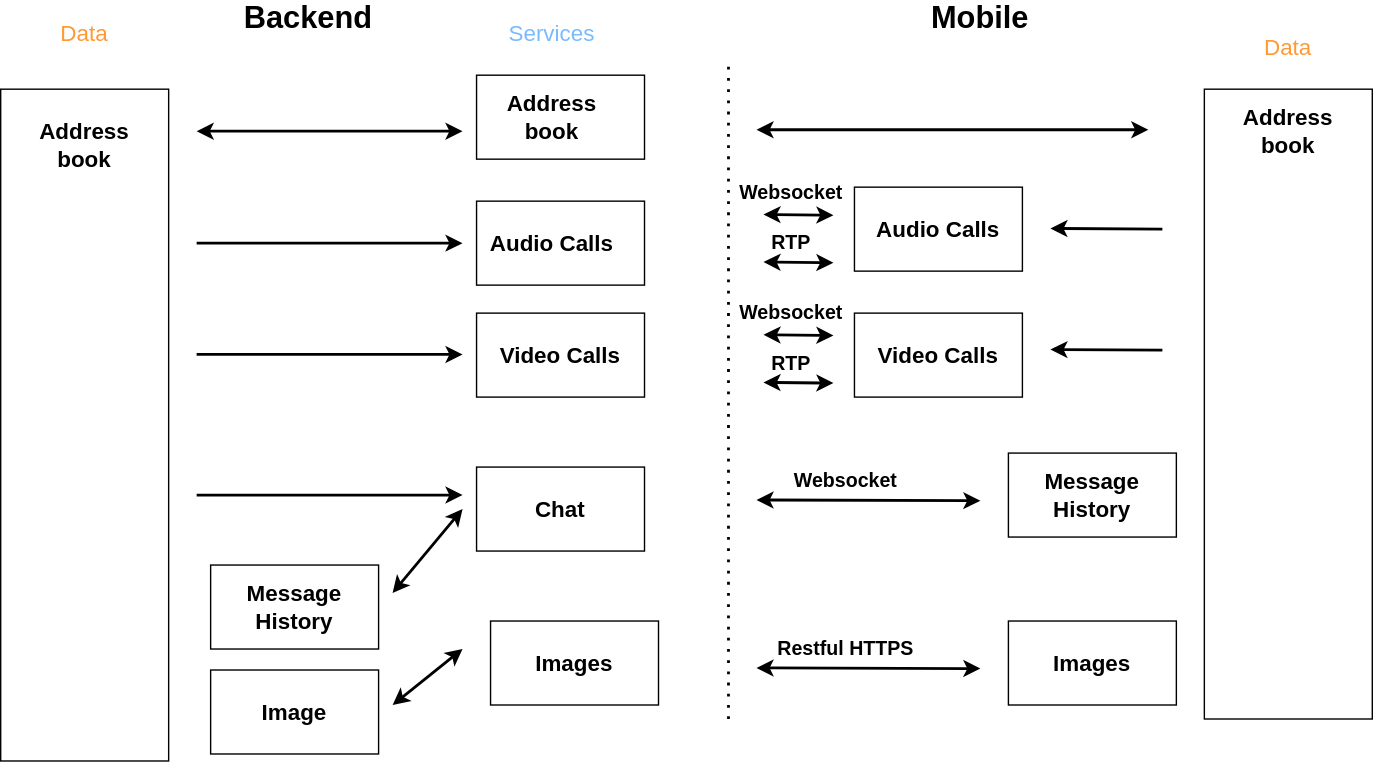
Before: systemDesign/graphs/HighLevelSystemDesign.drawio.svg, a diagram exported from draw.io (fangzhzh/leetcode). Source tidied: cells renumbered, new cells last; positions are measured from the earlier drawing's top-left corner, leaving out a move shared by most shapes. Its diagram source:
```xml
<mxGraphModel>
  <root>
    <mxCell id="0" />
    <mxCell id="1" parent="0" />
    <mxCell id="2" style="rounded=0;whiteSpace=wrap;html=1;" parent="1" vertex="1">
      <mxGeometry y="60" width="120" height="480" as="geometry" />
    </mxCell>
    <mxCell id="3" value="Backend" style="text;html=1;strokeColor=none;fillColor=none;align=center;verticalAlign=middle;whiteSpace=wrap;rounded=0;fontSize=22;fontStyle=1;" parent="1" vertex="1">
      <mxGeometry x="200" width="40" height="20" as="geometry" />
    </mxCell>
    <mxCell id="4" style="rounded=0;whiteSpace=wrap;html=1;" parent="1" vertex="1">
      <mxGeometry x="150" y="400" width="120" height="60" as="geometry" />
    </mxCell>
    <mxCell id="5" style="rounded=0;whiteSpace=wrap;html=1;" parent="1" vertex="1">
      <mxGeometry x="150" y="475" width="120" height="60" as="geometry" />
    </mxCell>
    <mxCell id="6" style="endArrow=none;dashed=1;html=1;dashPattern=1 3;strokeWidth=2;" parent="1" edge="1">
      <mxGeometry relative="1" as="geometry">
        <mxPoint x="520" y="510" as="sourcePoint" />
        <mxPoint x="520" y="40" as="targetPoint" />
      </mxGeometry>
    </mxCell>
    <mxCell id="7" style="rounded=0;whiteSpace=wrap;html=1;" parent="1" vertex="1">
      <mxGeometry x="860" y="60" width="120" height="450" as="geometry" />
    </mxCell>
    <mxCell id="8" value="Data" style="text;html=1;strokeColor=none;fillColor=none;align=center;verticalAlign=middle;whiteSpace=wrap;rounded=0;fontSize=16;fontColor=#FF9933;" parent="1" vertex="1">
      <mxGeometry x="900" y="20" width="40" height="20" as="geometry" />
    </mxCell>
    <mxCell id="9" value="Address book" style="text;html=1;strokeColor=none;fillColor=none;align=center;verticalAlign=middle;whiteSpace=wrap;rounded=0;fontSize=16;fontStyle=1;" parent="1" vertex="1">
      <mxGeometry x="900" y="80" width="40" height="20" as="geometry" />
    </mxCell>
    <mxCell id="10" value="Services" style="text;html=1;strokeColor=none;fillColor=none;align=center;verticalAlign=middle;whiteSpace=wrap;rounded=0;fontSize=16;fontColor=#78BBFF;" parent="1" vertex="1">
      <mxGeometry x="374" y="10" width="40" height="20" as="geometry" />
    </mxCell>
    <mxCell id="11" value="Data" style="text;html=1;strokeColor=none;fillColor=none;align=center;verticalAlign=middle;whiteSpace=wrap;rounded=0;fontSize=16;fontColor=#FF9933;" parent="1" vertex="1">
      <mxGeometry x="40" y="10" width="40" height="20" as="geometry" />
    </mxCell>
    <mxCell id="12" value="Mobile" style="text;html=1;strokeColor=none;fillColor=none;align=center;verticalAlign=middle;whiteSpace=wrap;rounded=0;fontSize=22;fontStyle=1;" parent="1" vertex="1">
      <mxGeometry x="680" width="40" height="20" as="geometry" />
    </mxCell>
    <mxCell id="13" value="Address&lt;br&gt;book" style="text;html=1;strokeColor=none;fillColor=none;align=center;verticalAlign=middle;whiteSpace=wrap;rounded=0;fontSize=16;fontStyle=1;" parent="1" vertex="1">
      <mxGeometry x="10" y="90" width="100" height="20" as="geometry" />
    </mxCell>
    <mxCell id="14" value="Message&lt;br&gt;History" style="text;html=1;strokeColor=none;fillColor=none;align=center;verticalAlign=middle;whiteSpace=wrap;rounded=0;fontSize=16;fontStyle=1;" parent="1" vertex="1">
      <mxGeometry x="160" y="420" width="100" height="20" as="geometry" />
    </mxCell>
    <mxCell id="15" value="Image" style="text;html=1;strokeColor=none;fillColor=none;align=center;verticalAlign=middle;whiteSpace=wrap;rounded=0;fontSize=16;fontStyle=1;" parent="1" vertex="1">
      <mxGeometry x="160" y="495" width="100" height="20" as="geometry" />
    </mxCell>
    <mxCell id="16" style="endArrow=classic;startArrow=classic;html=1;fontSize=22;fontColor=#78BBFF;strokeWidth=2;" parent="1" edge="1">
      <mxGeometry relative="1" as="geometry">
        <mxPoint x="140" y="90" as="sourcePoint" />
        <mxPoint x="330" y="90" as="targetPoint" />
      </mxGeometry>
    </mxCell>
    <mxCell id="17" style="endArrow=classic;startArrow=classic;html=1;fontSize=22;fontColor=#78BBFF;strokeWidth=2;" parent="1" edge="1">
      <mxGeometry relative="1" as="geometry">
        <mxPoint x="280" y="500" as="sourcePoint" />
        <mxPoint x="330" y="460" as="targetPoint" />
      </mxGeometry>
    </mxCell>
    <mxCell id="18" style="endArrow=classic;startArrow=classic;html=1;fontSize=22;fontColor=#78BBFF;strokeWidth=2;" parent="1" edge="1">
      <mxGeometry relative="1" as="geometry">
        <mxPoint x="280" y="420" as="sourcePoint" />
        <mxPoint x="330" y="360" as="targetPoint" />
      </mxGeometry>
    </mxCell>
    <mxCell id="19" style="group;" parent="1" vertex="1">
      <mxGeometry x="350" y="440" width="120" height="60" as="geometry" />
    </mxCell>
    <mxCell id="20" style="rounded=0;whiteSpace=wrap;html=1;" parent="19" vertex="1">
      <mxGeometry width="120" height="60" as="geometry" />
    </mxCell>
    <mxCell id="21" value="Images" style="text;html=1;strokeColor=none;fillColor=none;align=center;verticalAlign=middle;whiteSpace=wrap;rounded=0;fontSize=16;fontStyle=1;" parent="19" vertex="1">
      <mxGeometry x="10" y="20" width="100" height="20" as="geometry" />
    </mxCell>
    <mxCell id="22" style="endArrow=classic;html=1;fontSize=22;fontColor=#78BBFF;strokeWidth=2;" parent="1" edge="1">
      <mxGeometry relative="1" as="geometry">
        <mxPoint x="140" y="170" as="sourcePoint" />
        <mxPoint x="330" y="170" as="targetPoint" />
      </mxGeometry>
    </mxCell>
    <mxCell id="23" style="endArrow=classic;html=1;fontSize=22;fontColor=#78BBFF;strokeWidth=2;" parent="1" edge="1">
      <mxGeometry relative="1" as="geometry">
        <mxPoint x="140" y="249.5" as="sourcePoint" />
        <mxPoint x="330" y="249.5" as="targetPoint" />
      </mxGeometry>
    </mxCell>
    <mxCell id="24" style="endArrow=classic;html=1;fontSize=22;fontColor=#78BBFF;strokeWidth=2;" parent="1" edge="1">
      <mxGeometry relative="1" as="geometry">
        <mxPoint x="140" y="350" as="sourcePoint" />
        <mxPoint x="330" y="350" as="targetPoint" />
      </mxGeometry>
    </mxCell>
    <mxCell id="25" style="group;" parent="1" vertex="1">
      <mxGeometry x="340" y="50" width="120" height="60" as="geometry" />
    </mxCell>
    <mxCell id="26" style="rounded=0;whiteSpace=wrap;html=1;" parent="25" vertex="1">
      <mxGeometry width="120" height="60" as="geometry" />
    </mxCell>
    <mxCell id="27" value="Address&lt;br&gt;book" style="text;html=1;strokeColor=none;fillColor=none;align=center;verticalAlign=middle;whiteSpace=wrap;rounded=0;fontSize=16;fontStyle=1;" parent="25" vertex="1">
      <mxGeometry x="4" y="20" width="100" height="20" as="geometry" />
    </mxCell>
    <mxCell id="28" style="group;" parent="1" vertex="1">
      <mxGeometry x="340" y="140" width="120" height="60" as="geometry" />
    </mxCell>
    <mxCell id="29" style="rounded=0;whiteSpace=wrap;html=1;" parent="28" vertex="1">
      <mxGeometry width="120" height="60" as="geometry" />
    </mxCell>
    <mxCell id="30" value="Audio Calls" style="text;html=1;strokeColor=none;fillColor=none;align=center;verticalAlign=middle;whiteSpace=wrap;rounded=0;fontSize=16;fontStyle=1;" parent="28" vertex="1">
      <mxGeometry x="4" y="20" width="100" height="20" as="geometry" />
    </mxCell>
    <mxCell id="31" style="group;" parent="1" vertex="1">
      <mxGeometry x="340" y="220" width="120" height="60" as="geometry" />
    </mxCell>
    <mxCell id="32" style="rounded=0;whiteSpace=wrap;html=1;" parent="31" vertex="1">
      <mxGeometry width="120" height="60" as="geometry" />
    </mxCell>
    <mxCell id="33" value="Video Calls" style="text;html=1;strokeColor=none;fillColor=none;align=center;verticalAlign=middle;whiteSpace=wrap;rounded=0;fontSize=16;fontStyle=1;" parent="31" vertex="1">
      <mxGeometry x="10" y="20" width="100" height="20" as="geometry" />
    </mxCell>
    <mxCell id="34" style="group;" parent="1" vertex="1">
      <mxGeometry x="340" y="330" width="120" height="60" as="geometry" />
    </mxCell>
    <mxCell id="35" style="rounded=0;whiteSpace=wrap;html=1;" parent="34" vertex="1">
      <mxGeometry width="120" height="60" as="geometry" />
    </mxCell>
    <mxCell id="36" value="Chat" style="text;html=1;strokeColor=none;fillColor=none;align=center;verticalAlign=middle;whiteSpace=wrap;rounded=0;fontSize=16;fontStyle=1;" parent="34" vertex="1">
      <mxGeometry x="10" y="20" width="100" height="20" as="geometry" />
    </mxCell>
    <mxCell id="37" style="group;" parent="1" vertex="1">
      <mxGeometry x="720" y="320" width="120" height="60" as="geometry" />
    </mxCell>
    <mxCell id="38" style="rounded=0;whiteSpace=wrap;html=1;" parent="37" vertex="1">
      <mxGeometry width="120" height="60" as="geometry" />
    </mxCell>
    <mxCell id="39" value="Message&lt;br&gt;History" style="text;html=1;strokeColor=none;fillColor=none;align=center;verticalAlign=middle;whiteSpace=wrap;rounded=0;fontSize=16;fontStyle=1;" parent="37" vertex="1">
      <mxGeometry x="10" y="20" width="100" height="20" as="geometry" />
    </mxCell>
    <mxCell id="40" style="group;" parent="1" vertex="1">
      <mxGeometry x="720" y="440" width="120" height="60" as="geometry" />
    </mxCell>
    <mxCell id="41" style="rounded=0;whiteSpace=wrap;html=1;" parent="40" vertex="1">
      <mxGeometry width="120" height="60" as="geometry" />
    </mxCell>
    <mxCell id="42" value="Images" style="text;html=1;strokeColor=none;fillColor=none;align=center;verticalAlign=middle;whiteSpace=wrap;rounded=0;fontSize=16;fontStyle=1;" parent="40" vertex="1">
      <mxGeometry x="10" y="20" width="100" height="20" as="geometry" />
    </mxCell>
    <mxCell id="43" style="group;" parent="1" vertex="1">
      <mxGeometry x="610" y="220" width="120" height="60" as="geometry" />
    </mxCell>
    <mxCell id="44" style="rounded=0;whiteSpace=wrap;html=1;" parent="43" vertex="1">
      <mxGeometry width="120" height="60" as="geometry" />
    </mxCell>
    <mxCell id="45" value="Video Calls" style="text;html=1;strokeColor=none;fillColor=none;align=center;verticalAlign=middle;whiteSpace=wrap;rounded=0;fontSize=16;fontStyle=1;" parent="43" vertex="1">
      <mxGeometry x="10" y="20" width="100" height="20" as="geometry" />
    </mxCell>
    <mxCell id="46" style="endArrow=classic;startArrow=classic;html=1;fontSize=22;fontColor=#78BBFF;strokeWidth=2;" parent="1" edge="1">
      <mxGeometry relative="1" as="geometry">
        <mxPoint x="540" y="89" as="sourcePoint" />
        <mxPoint x="820" y="89" as="targetPoint" />
      </mxGeometry>
    </mxCell>
    <mxCell id="47" style="group;" parent="1" vertex="1">
      <mxGeometry x="545" y="160" width="50" height="24" as="geometry" />
    </mxCell>
    <mxCell id="48" value="RTP" style="text;html=1;strokeColor=none;fillColor=none;align=center;verticalAlign=middle;whiteSpace=wrap;rounded=0;fontSize=14;fontStyle=1;" parent="47" vertex="1">
      <mxGeometry width="40" height="20" as="geometry" />
    </mxCell>
    <mxCell id="49" style="endArrow=classic;startArrow=classic;html=1;fontSize=22;fontColor=#78BBFF;strokeWidth=2;" parent="47" edge="1">
      <mxGeometry x="70" y="-6" as="geometry">
        <mxPoint y="23.5" as="sourcePoint" />
        <mxPoint x="50" y="24" as="targetPoint" />
      </mxGeometry>
    </mxCell>
    <mxCell id="50" style="group;" parent="1" vertex="1">
      <mxGeometry x="545" y="124" width="50" height="26" as="geometry" />
    </mxCell>
    <mxCell id="51" value="Websocket" style="text;html=1;strokeColor=none;fillColor=none;align=center;verticalAlign=middle;whiteSpace=wrap;rounded=0;fontSize=14;fontStyle=1;" parent="50" vertex="1">
      <mxGeometry width="40" height="20" as="geometry" />
    </mxCell>
    <mxCell id="52" style="endArrow=classic;startArrow=classic;html=1;fontSize=22;fontColor=#78BBFF;strokeWidth=2;" parent="50" edge="1">
      <mxGeometry x="70" y="-4" as="geometry">
        <mxPoint y="25.5" as="sourcePoint" />
        <mxPoint x="50" y="26" as="targetPoint" />
      </mxGeometry>
    </mxCell>
    <mxCell id="53" style="group;" parent="1" vertex="1">
      <mxGeometry x="610" y="130" width="120" height="60" as="geometry" />
    </mxCell>
    <mxCell id="54" style="rounded=0;whiteSpace=wrap;html=1;" parent="53" vertex="1">
      <mxGeometry width="120" height="60" as="geometry" />
    </mxCell>
    <mxCell id="55" value="Audio Calls" style="text;html=1;strokeColor=none;fillColor=none;align=center;verticalAlign=middle;whiteSpace=wrap;rounded=0;fontSize=16;fontStyle=1;" parent="53" vertex="1">
      <mxGeometry x="10" y="20" width="100" height="20" as="geometry" />
    </mxCell>
    <mxCell id="56" style="group;" parent="1" vertex="1">
      <mxGeometry x="545" y="246" width="50" height="24" as="geometry" />
    </mxCell>
    <mxCell id="57" value="RTP" style="text;html=1;strokeColor=none;fillColor=none;align=center;verticalAlign=middle;whiteSpace=wrap;rounded=0;fontSize=14;fontStyle=1;" parent="56" vertex="1">
      <mxGeometry width="40" height="20" as="geometry" />
    </mxCell>
    <mxCell id="58" style="endArrow=classic;startArrow=classic;html=1;fontSize=22;fontColor=#78BBFF;strokeWidth=2;" parent="56" edge="1">
      <mxGeometry x="70" y="-6" as="geometry">
        <mxPoint y="23.5" as="sourcePoint" />
        <mxPoint x="50" y="24" as="targetPoint" />
      </mxGeometry>
    </mxCell>
    <mxCell id="59" style="group;" parent="1" vertex="1">
      <mxGeometry x="545" y="210" width="50" height="26" as="geometry" />
    </mxCell>
    <mxCell id="60" value="Websocket" style="text;html=1;strokeColor=none;fillColor=none;align=center;verticalAlign=middle;whiteSpace=wrap;rounded=0;fontSize=14;fontStyle=1;" parent="59" vertex="1">
      <mxGeometry width="40" height="20" as="geometry" />
    </mxCell>
    <mxCell id="61" style="endArrow=classic;startArrow=classic;html=1;fontSize=22;fontColor=#78BBFF;strokeWidth=2;" parent="59" edge="1">
      <mxGeometry x="70" y="-4" as="geometry">
        <mxPoint y="25.5" as="sourcePoint" />
        <mxPoint x="50" y="26" as="targetPoint" />
      </mxGeometry>
    </mxCell>
    <mxCell id="62" style="group;" parent="1" vertex="1">
      <mxGeometry x="540" y="330" width="160" height="24" as="geometry" />
    </mxCell>
    <mxCell id="63" value="Websocket" style="text;html=1;strokeColor=none;fillColor=none;align=center;verticalAlign=middle;whiteSpace=wrap;rounded=0;fontSize=14;fontStyle=1;" parent="62" vertex="1">
      <mxGeometry width="128" height="20" as="geometry" />
    </mxCell>
    <mxCell id="64" style="endArrow=classic;startArrow=classic;html=1;fontSize=22;fontColor=#78BBFF;strokeWidth=2;" parent="62" edge="1">
      <mxGeometry x="224" y="-6" as="geometry">
        <mxPoint y="23.5" as="sourcePoint" />
        <mxPoint x="160" y="24" as="targetPoint" />
      </mxGeometry>
    </mxCell>
    <mxCell id="65" style="group;" parent="1" vertex="1">
      <mxGeometry x="540" y="450" width="160" height="24" as="geometry" />
    </mxCell>
    <mxCell id="66" value="Restful HTTPS" style="text;html=1;strokeColor=none;fillColor=none;align=center;verticalAlign=middle;whiteSpace=wrap;rounded=0;fontSize=14;fontStyle=1;" parent="65" vertex="1">
      <mxGeometry width="128" height="20" as="geometry" />
    </mxCell>
    <mxCell id="67" style="endArrow=classic;startArrow=classic;html=1;fontSize=22;fontColor=#78BBFF;strokeWidth=2;" parent="65" edge="1">
      <mxGeometry x="224" y="-6" as="geometry">
        <mxPoint y="23.5" as="sourcePoint" />
        <mxPoint x="160" y="24" as="targetPoint" />
      </mxGeometry>
    </mxCell>
    <mxCell id="68" style="endArrow=classic;html=1;fontSize=22;fontColor=#78BBFF;strokeWidth=2;" parent="1" edge="1">
      <mxGeometry relative="1" as="geometry">
        <mxPoint x="830" y="160" as="sourcePoint" />
        <mxPoint x="750" y="159.5" as="targetPoint" />
      </mxGeometry>
    </mxCell>
    <mxCell id="69" style="endArrow=classic;html=1;fontSize=22;fontColor=#78BBFF;strokeWidth=2;" parent="1" edge="1">
      <mxGeometry relative="1" as="geometry">
        <mxPoint x="830" y="246.5" as="sourcePoint" />
        <mxPoint x="750" y="246" as="targetPoint" />
      </mxGeometry>
    </mxCell>
  </root>
</mxGraphModel>
```
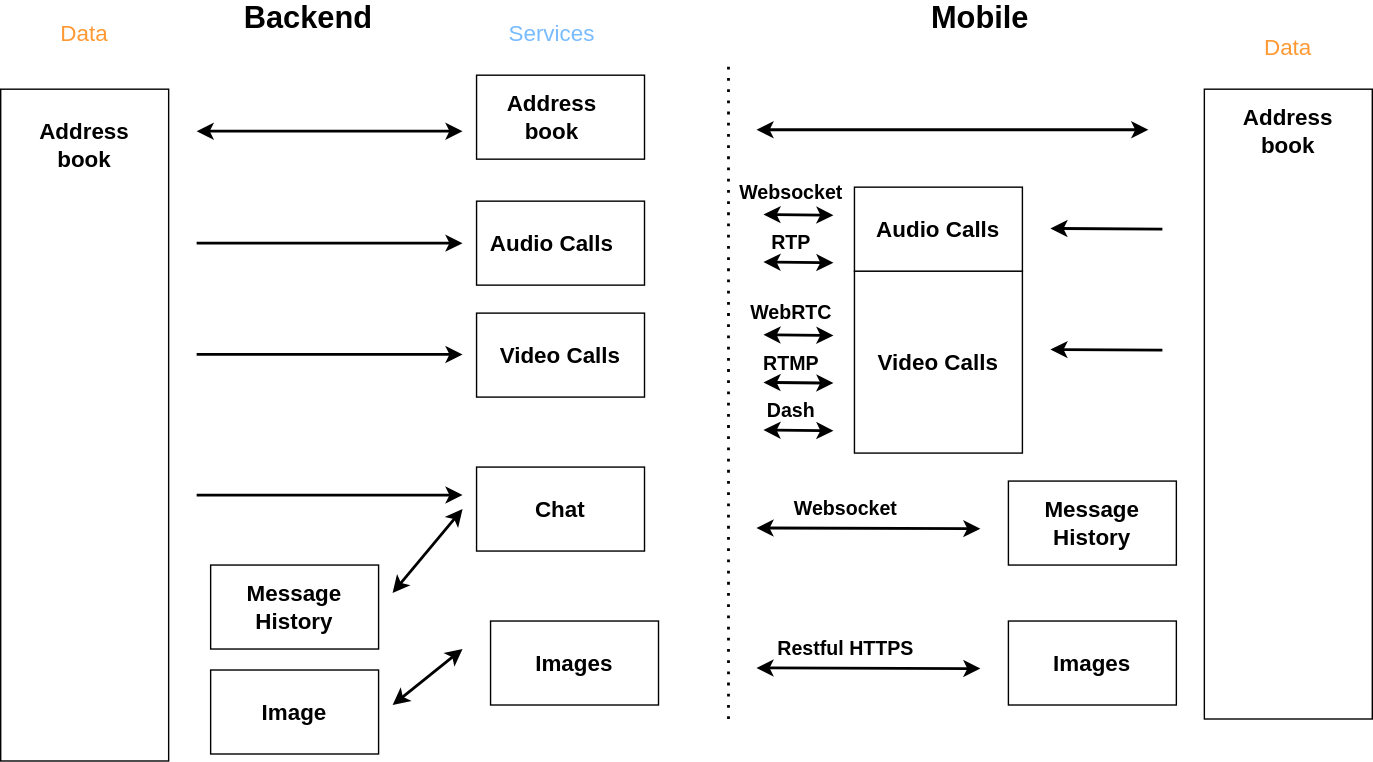
Above is the later version.

Commit message:
rtp, rtmp

What changed in the source:
```diff
@@ -129,7 +129,7 @@
       <mxGeometry x="10" y="20" width="100" height="20" as="geometry" />
     </mxCell>
     <mxCell id="37" style="group;" parent="1" vertex="1">
-      <mxGeometry x="720" y="320" width="120" height="60" as="geometry" />
+      <mxGeometry x="720" y="340" width="120" height="60" as="geometry" />
     </mxCell>
     <mxCell id="38" style="rounded=0;whiteSpace=wrap;html=1;" parent="37" vertex="1">
       <mxGeometry width="120" height="60" as="geometry" />
@@ -147,13 +147,13 @@
       <mxGeometry x="10" y="20" width="100" height="20" as="geometry" />
     </mxCell>
     <mxCell id="43" style="group;" parent="1" vertex="1">
-      <mxGeometry x="610" y="220" width="120" height="60" as="geometry" />
+      <mxGeometry x="610" y="190" width="120" height="130" as="geometry" />
     </mxCell>
     <mxCell id="44" style="rounded=0;whiteSpace=wrap;html=1;" parent="43" vertex="1">
-      <mxGeometry width="120" height="60" as="geometry" />
+      <mxGeometry width="120" height="130" as="geometry" />
     </mxCell>
     <mxCell id="45" value="Video Calls" style="text;html=1;strokeColor=none;fillColor=none;align=center;verticalAlign=middle;whiteSpace=wrap;rounded=0;fontSize=16;fontStyle=1;" parent="43" vertex="1">
-      <mxGeometry x="10" y="20" width="100" height="20" as="geometry" />
+      <mxGeometry x="10" y="43.3" width="100" height="43.3" as="geometry" />
     </mxCell>
     <mxCell id="46" style="endArrow=classic;startArrow=classic;html=1;fontSize=22;fontColor=#78BBFF;strokeWidth=2;" parent="1" edge="1">
       <mxGeometry relative="1" as="geometry">
@@ -197,7 +197,7 @@
     <mxCell id="56" style="group;" parent="1" vertex="1">
       <mxGeometry x="545" y="246" width="50" height="24" as="geometry" />
     </mxCell>
-    <mxCell id="57" value="RTP" style="text;html=1;strokeColor=none;fillColor=none;align=center;verticalAlign=middle;whiteSpace=wrap;rounded=0;fontSize=14;fontStyle=1;" parent="56" vertex="1">
+    <mxCell id="57" value="RTMP" style="text;html=1;strokeColor=none;fillColor=none;align=center;verticalAlign=middle;whiteSpace=wrap;rounded=0;fontSize=14;fontStyle=1;" parent="56" vertex="1">
       <mxGeometry width="40" height="20" as="geometry" />
     </mxCell>
     <mxCell id="58" style="endArrow=classic;startArrow=classic;html=1;fontSize=22;fontColor=#78BBFF;strokeWidth=2;" parent="56" edge="1">
@@ -209,7 +209,7 @@
     <mxCell id="59" style="group;" parent="1" vertex="1">
       <mxGeometry x="545" y="210" width="50" height="26" as="geometry" />
     </mxCell>
-    <mxCell id="60" value="Websocket" style="text;html=1;strokeColor=none;fillColor=none;align=center;verticalAlign=middle;whiteSpace=wrap;rounded=0;fontSize=14;fontStyle=1;" parent="59" vertex="1">
+    <mxCell id="60" value="WebRTC" style="text;html=1;strokeColor=none;fillColor=none;align=center;verticalAlign=middle;whiteSpace=wrap;rounded=0;fontSize=14;fontStyle=1;" parent="59" vertex="1">
       <mxGeometry width="40" height="20" as="geometry" />
     </mxCell>
     <mxCell id="61" style="endArrow=classic;startArrow=classic;html=1;fontSize=22;fontColor=#78BBFF;strokeWidth=2;" parent="59" edge="1">
@@ -219,7 +219,7 @@
       </mxGeometry>
     </mxCell>
     <mxCell id="62" style="group;" parent="1" vertex="1">
-      <mxGeometry x="540" y="330" width="160" height="24" as="geometry" />
+      <mxGeometry x="540" y="350" width="160" height="24" as="geometry" />
     </mxCell>
     <mxCell id="63" value="Websocket" style="text;html=1;strokeColor=none;fillColor=none;align=center;verticalAlign=middle;whiteSpace=wrap;rounded=0;fontSize=14;fontStyle=1;" parent="62" vertex="1">
       <mxGeometry width="128" height="20" as="geometry" />
@@ -254,5 +254,17 @@
         <mxPoint x="750" y="246" as="targetPoint" />
       </mxGeometry>
     </mxCell>
+    <mxCell id="70" style="group;" parent="1" vertex="1">
+      <mxGeometry x="545" y="280" width="50" height="24" as="geometry" />
+    </mxCell>
+    <mxCell id="71" value="Dash" style="text;html=1;strokeColor=none;fillColor=none;align=center;verticalAlign=middle;whiteSpace=wrap;rounded=0;fontSize=14;fontStyle=1;" parent="70" vertex="1">
+      <mxGeometry width="40" height="20" as="geometry" />
+    </mxCell>
+    <mxCell id="72" style="endArrow=classic;startArrow=classic;html=1;fontSize=22;fontColor=#78BBFF;strokeWidth=2;" parent="70" edge="1">
+      <mxGeometry x="70" y="-6" as="geometry">
+        <mxPoint y="23.5" as="sourcePoint" />
+        <mxPoint x="50" y="24" as="targetPoint" />
+      </mxGeometry>
+    </mxCell>
   </root>
 </mxGraphModel>
```
